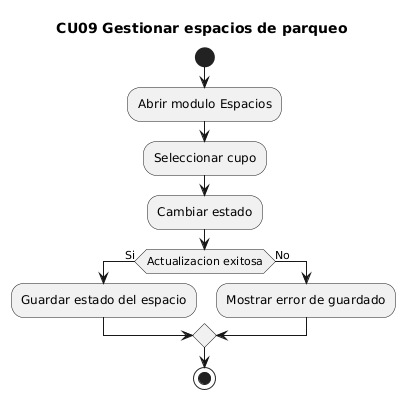
The PlantUML diagram docs/uml/render/actividades_cu/CU09_actividad_gestionar_espacios.png in maranavard/SISTEMA-COMPUTACIONAL-PARA-LA-GESTION-Y-CONTROL-DE-ACCESO-DE-AUTOMOVILES-M-DULO-WEB, before a commit.
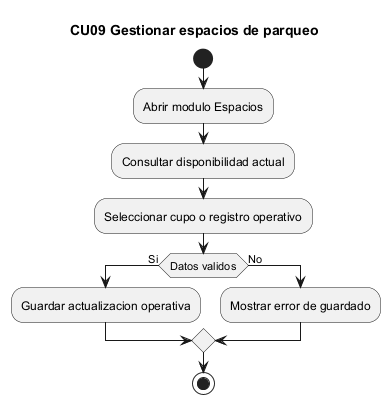
After the commit.

The edit, as a diff of the source:
```diff
@@ -1,11 +1,11 @@
-@startuml
+@startuml CU09_actividad_gestionar_espacios
 title CU09 Gestionar espacios de parqueo
 start
 :Abrir modulo Espacios;
-:Seleccionar cupo;
-:Cambiar estado;
-if (Actualizacion exitosa) then (Si)
-  :Guardar estado del espacio;
+:Consultar disponibilidad actual;
+:Seleccionar cupo o registro operativo;
+if (Datos validos) then (Si)
+  :Guardar actualizacion operativa;
 else (No)
   :Mostrar error de guardado;
 endif
```
